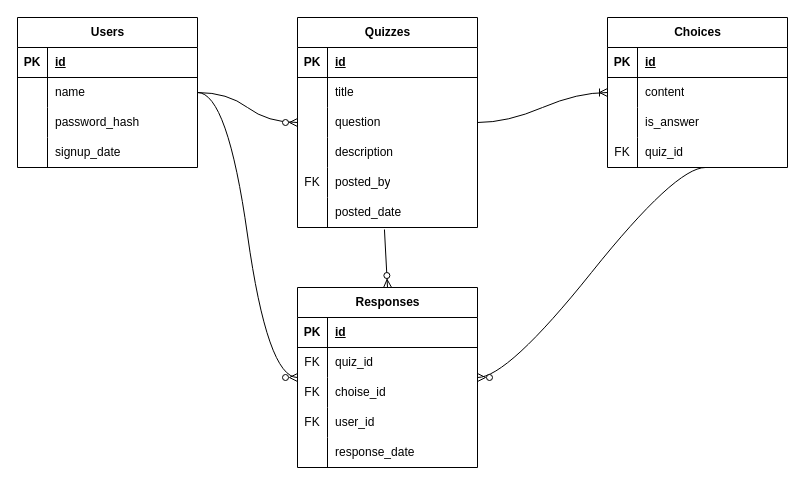
Above: page "ER図" (2 of 6) of docs/DB設計.drawio in ulxsth/2308-hackathon (draw.io), before the change. Source tidied: cells renumbered, new cells numbered last; positions are measured from the earlier drawing's top-left corner, leaving out a move shared by most shapes. Both pictures are drawn from the tidied source at 100%, with x=0, y=0 at pixel (17, 17).
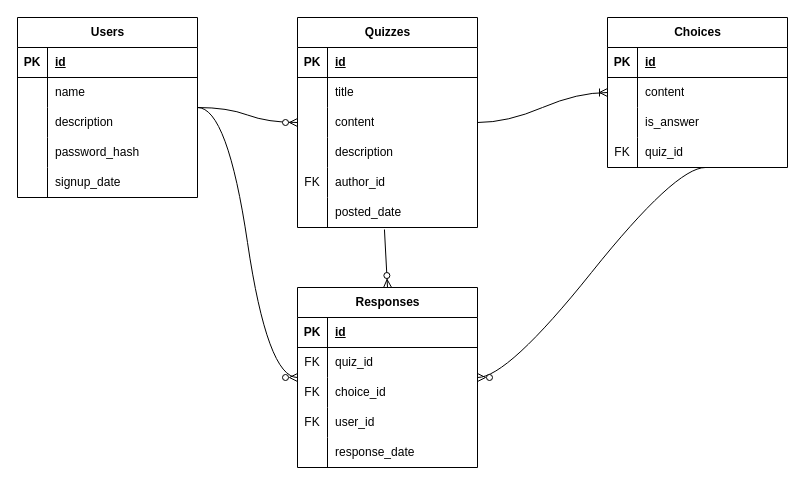
The same page after the edit.

The change refers to these unchanged cells:
```xml
<mxCell id="22" style="shape=tableRow;horizontal=0;startSize=0;swimlaneHead=0;swimlaneBody=0;fillColor=none;top=0;left=0;right=0;bottom=0;" parent="15" vertex="1">
  <mxGeometry y="90" width="180" height="30" as="geometry" />
</mxCell>
<mxCell id="28" style="shape=tableRow;horizontal=0;startSize=0;swimlaneHead=0;swimlaneBody=0;fillColor=none;top=0;left=0;right=0;bottom=0;" parent="15" vertex="1">
  <mxGeometry y="150" width="180" height="30" as="geometry" />
</mxCell>
<mxCell id="56" style="shape=tableRow;horizontal=0;startSize=0;swimlaneHead=0;swimlaneBody=0;fillColor=none;top=0;left=0;right=0;bottom=0;" parent="49" vertex="1">
  <mxGeometry y="90" width="180" height="30" as="geometry" />
</mxCell>
```

Diff of the diagram source:
```diff
@@
     <mxCell id="2" value="Users" style="shape=table;startSize=30;childLayout=tableLayout;rowLines=0;fontStyle=1;align=center;html=1;" parent="1" vertex="1">
-      <mxGeometry width="180" height="150" as="geometry" />
+      <mxGeometry width="180" height="180" as="geometry" />
     </mxCell>
@@
+    <mxCell id="68" style="shape=tableRow;horizontal=0;startSize=0;swimlaneHead=0;swimlaneBody=0;fillColor=none;top=0;left=0;right=0;bottom=0;" parent="2" vertex="1">
+      <mxGeometry y="90" width="180" height="30" as="geometry" />
+    </mxCell>
+    <mxCell id="69" style="shape=partialRectangle;fillColor=none;top=0;left=0;bottom=0;right=0;overflow=hidden;whiteSpace=wrap;html=1;" parent="68" vertex="1">
+      <mxGeometry width="30" height="30" as="geometry" />
+    </mxCell>
+    <mxCell id="70" value="description" style="shape=partialRectangle;fillColor=none;top=0;left=0;bottom=0;right=0;align=left;spacingLeft=6;overflow=hidden;whiteSpace=wrap;html=1;" parent="68" vertex="1">
+      <mxGeometry x="30" width="150" height="30" as="geometry" />
+    </mxCell>
     <mxCell id="9" style="shape=tableRow;horizontal=0;startSize=0;swimlaneHead=0;swimlaneBody=0;fillColor=none;top=0;left=0;right=0;bottom=0;" parent="2" vertex="1">
-      <mxGeometry y="90" width="180" height="30" as="geometry" />
+      <mxGeometry y="120" width="180" height="30" as="geometry" />
     </mxCell>
@@
     <mxCell id="12" style="shape=tableRow;horizontal=0;startSize=0;swimlaneHead=0;swimlaneBody=0;fillColor=none;top=0;left=0;right=0;bottom=0;" parent="2" vertex="1">
-      <mxGeometry y="120" width="180" height="30" as="geometry" />
+      <mxGeometry y="150" width="180" height="30" as="geometry" />
     </mxCell>
@@
-    <mxCell id="24" value="question" style="shape=partialRectangle;fillColor=none;top=0;left=0;bottom=0;right=0;align=left;spacingLeft=6;overflow=hidden;whiteSpace=wrap;html=1;" parent="22" vertex="1">
+    <mxCell id="24" value="content" style="shape=partialRectangle;fillColor=none;top=0;left=0;bottom=0;right=0;align=left;spacingLeft=6;overflow=hidden;whiteSpace=wrap;html=1;" parent="22" vertex="1">
       <mxGeometry x="30" width="150" height="30" as="geometry" />
     </mxCell>
@@
-    <mxCell id="30" value="posted_by" style="shape=partialRectangle;fillColor=none;top=0;left=0;bottom=0;right=0;align=left;spacingLeft=6;overflow=hidden;whiteSpace=wrap;html=1;" parent="28" vertex="1">
+    <mxCell id="30" value="author_id" style="shape=partialRectangle;fillColor=none;top=0;left=0;bottom=0;right=0;align=left;spacingLeft=6;overflow=hidden;whiteSpace=wrap;html=1;" parent="28" vertex="1">
       <mxGeometry x="30" width="150" height="30" as="geometry" />
     </mxCell>
@@
-    <mxCell id="58" value="choise_id" style="shape=partialRectangle;fillColor=none;top=0;left=0;bottom=0;right=0;align=left;spacingLeft=6;overflow=hidden;whiteSpace=wrap;html=1;" parent="56" vertex="1">
+    <mxCell id="58" value="choice_id" style="shape=partialRectangle;fillColor=none;top=0;left=0;bottom=0;right=0;align=left;spacingLeft=6;overflow=hidden;whiteSpace=wrap;html=1;" parent="56" vertex="1">
       <mxGeometry x="30" width="150" height="30" as="geometry" />
     </mxCell>
```
